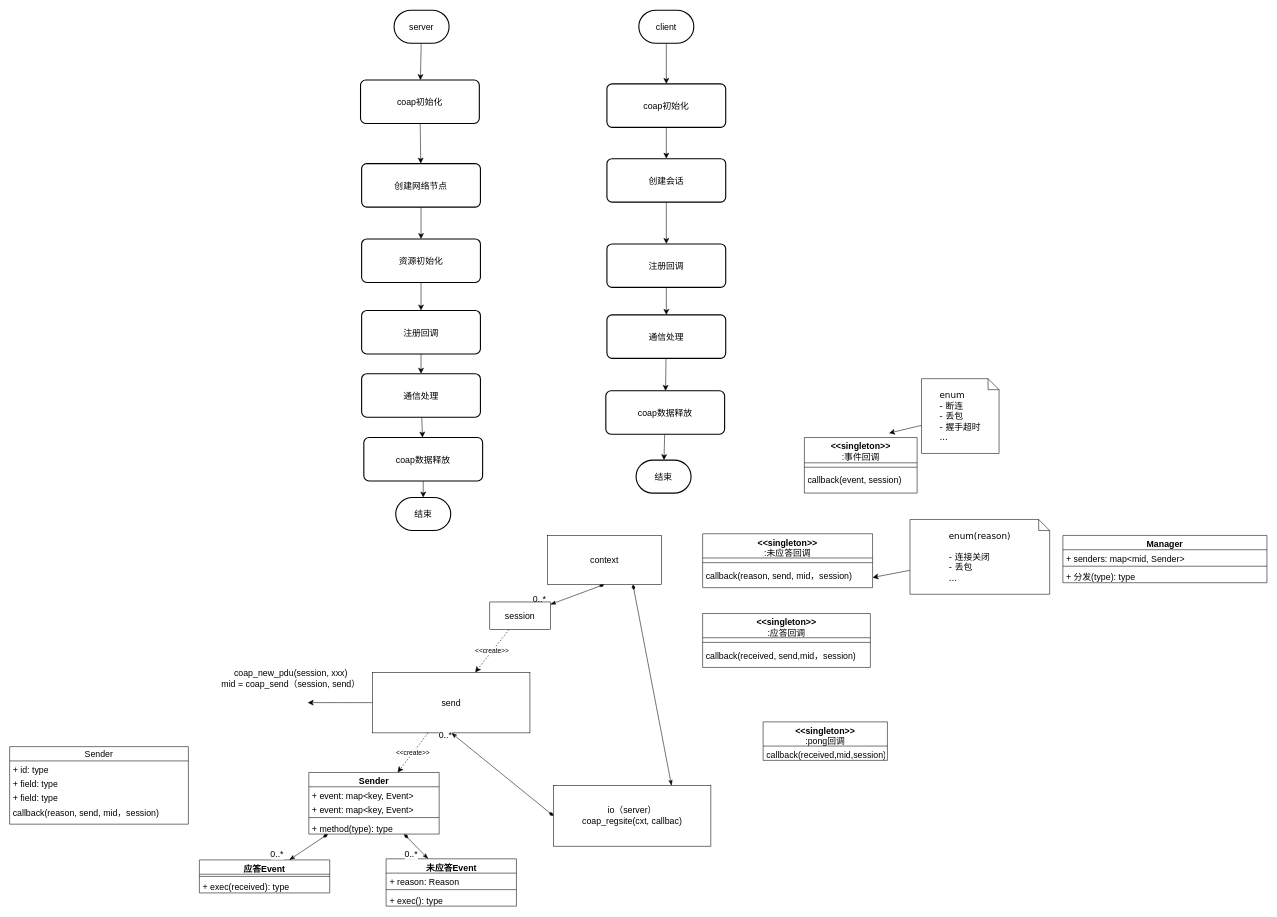
This is page "流程图" (2 of 4) of Coap/CoapPlusPlus/doc/coap.drawio from MrHulu/Learn-OpenGL, a draw.io file, before an edit. Source tidied: cells renumbered, new cells numbered last; positions are measured from the earlier drawing's top-left corner, leaving out a move shared by most shapes. Both pictures are drawn from the tidied source at 55%, with x=0, y=0 at pixel (9, 10).
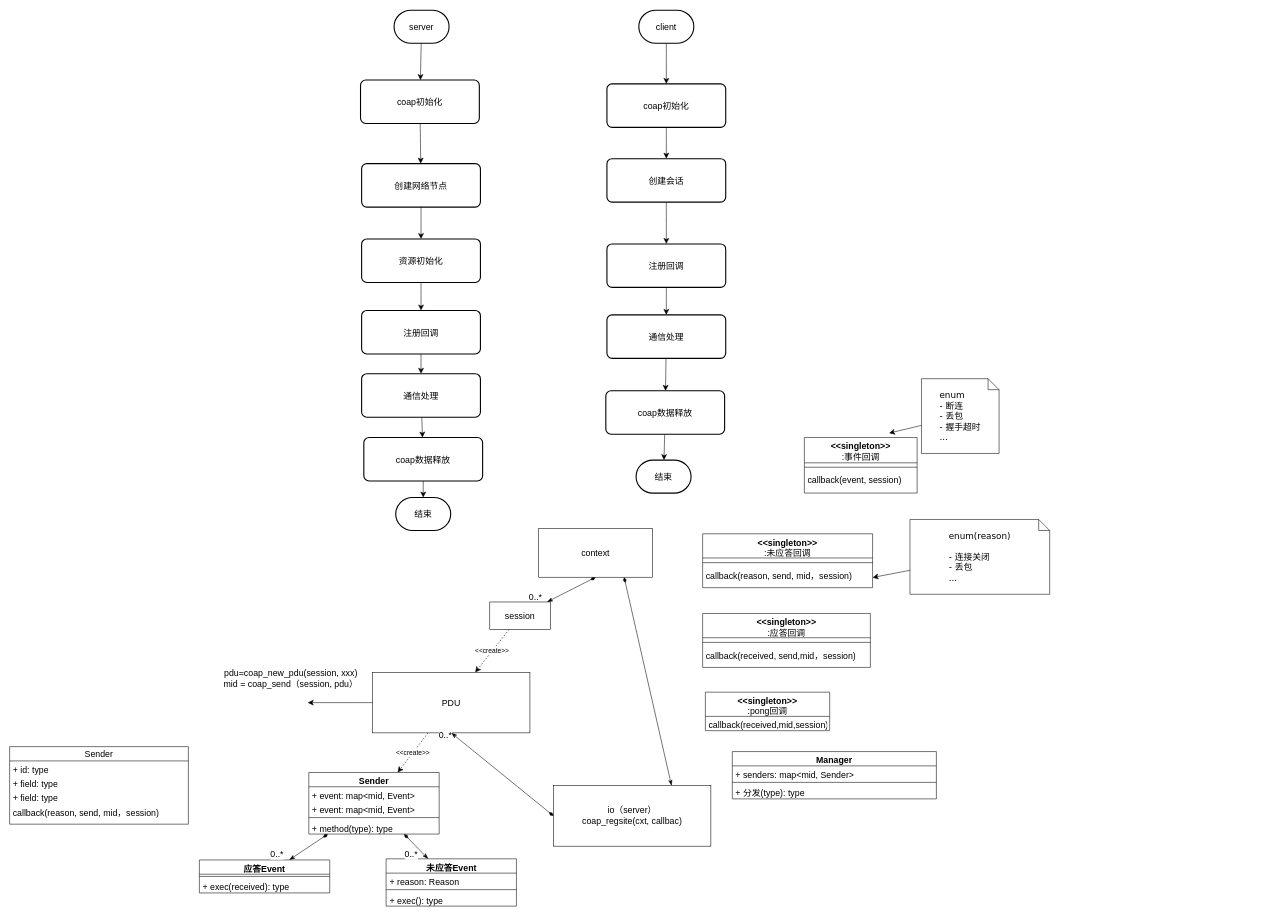
After the change.

Unchanged cells that the change refers to:
```xml
<mxCell id="33" value="Sender" style="swimlane;fontStyle=1;align=center;verticalAlign=top;horizontal=1;startSize=26;whiteSpace=wrap;html=1;fontSize=16;" parent="1" vertex="1">
  <mxGeometry x="544" y="1386" width="237" height="112" as="geometry" />
</mxCell>
```

Change to the diagram source:
```diff
@@
     <mxCell id="5" value="context" style="html=1;whiteSpace=wrap;fontSize=16;" parent="1" vertex="1">
-      <mxGeometry x="978" y="955" width="207" height="89" as="geometry" />
+      <mxGeometry x="962" y="942" width="207" height="89" as="geometry" />
     </mxCell>
@@
-    <mxCell id="7" value="send" style="html=1;whiteSpace=wrap;fontSize=16;" parent="1" vertex="1">
+    <mxCell id="7" value="PDU" style="html=1;whiteSpace=wrap;fontSize=16;" parent="1" vertex="1">
       <mxGeometry x="660" y="1204" width="286" height="110" as="geometry" />
     </mxCell>
@@
     <mxCell id="22" value="&amp;lt;&amp;lt;singleton&amp;gt;&amp;gt;&lt;br style=&quot;border-color: var(--border-color); font-weight: 400;&quot;&gt;&lt;span style=&quot;font-weight: 400;&quot;&gt;:pong回调&lt;/span&gt;" style="swimlane;fontStyle=1;align=center;verticalAlign=top;horizontal=1;startSize=44;whiteSpace=wrap;html=1;fontSize=16;" parent="1" vertex="1">
-      <mxGeometry x="1370" y="1294" width="226" height="70" as="geometry" />
+      <mxGeometry x="1265" y="1240" width="226" height="70" as="geometry" />
     </mxCell>
@@
-    <mxCell id="34" value="+ event: map&amp;lt;key, Event&amp;gt;" style="text;strokeColor=none;fillColor=none;align=left;verticalAlign=top;spacingLeft=4;spacingRight=4;overflow=hidden;whiteSpace=wrap;html=1;fontSize=16;" parent="33" vertex="1">
+    <mxCell id="34" value="+ event: map&amp;lt;mid, Event&amp;gt;" style="text;strokeColor=none;fillColor=none;align=left;verticalAlign=top;spacingLeft=4;spacingRight=4;overflow=hidden;whiteSpace=wrap;html=1;fontSize=16;" parent="33" vertex="1">
       <mxGeometry y="26" width="237" height="26" as="geometry" />
     </mxCell>
-    <mxCell id="35" value="+ event: map&amp;lt;key, Event&amp;gt;" style="text;strokeColor=none;fillColor=none;align=left;verticalAlign=top;spacingLeft=4;spacingRight=4;overflow=hidden;whiteSpace=wrap;html=1;fontSize=16;" parent="33" vertex="1">
+    <mxCell id="35" value="+ event: map&amp;lt;mid, Event&amp;gt;" style="text;strokeColor=none;fillColor=none;align=left;verticalAlign=top;spacingLeft=4;spacingRight=4;overflow=hidden;whiteSpace=wrap;html=1;fontSize=16;" parent="33" vertex="1">
       <mxGeometry y="52" width="237" height="26" as="geometry" />
     </mxCell>
@@
     <mxCell id="38" value="Manager" style="swimlane;fontStyle=1;align=center;verticalAlign=top;horizontal=1;startSize=26;whiteSpace=wrap;html=1;fontSize=16;" parent="1" vertex="1">
-      <mxGeometry x="1915" y="955" width="371" height="86" as="geometry" />
+      <mxGeometry x="1314" y="1348" width="371" height="86" as="geometry" />
     </mxCell>
@@
-    <mxCell id="54" value="coap_new_pdu(session, xxx)&lt;br&gt;mid = coap_send（session, send）" style="text;html=1;align=center;verticalAlign=middle;strokeColor=none;fillColor=none;fontSize=16;" parent="1" vertex="1">
-      <mxGeometry x="376" y="1190" width="270" height="50" as="geometry" />
+    <mxCell id="54" value="pdu=coap_new_pdu(session, xxx)&lt;br&gt;mid = coap_send（session, pdu）" style="text;html=1;align=center;verticalAlign=middle;strokeColor=none;fillColor=none;fontSize=16;" parent="1" vertex="1">
+      <mxGeometry x="380" y="1190" width="262" height="50" as="geometry" />
     </mxCell>
```
